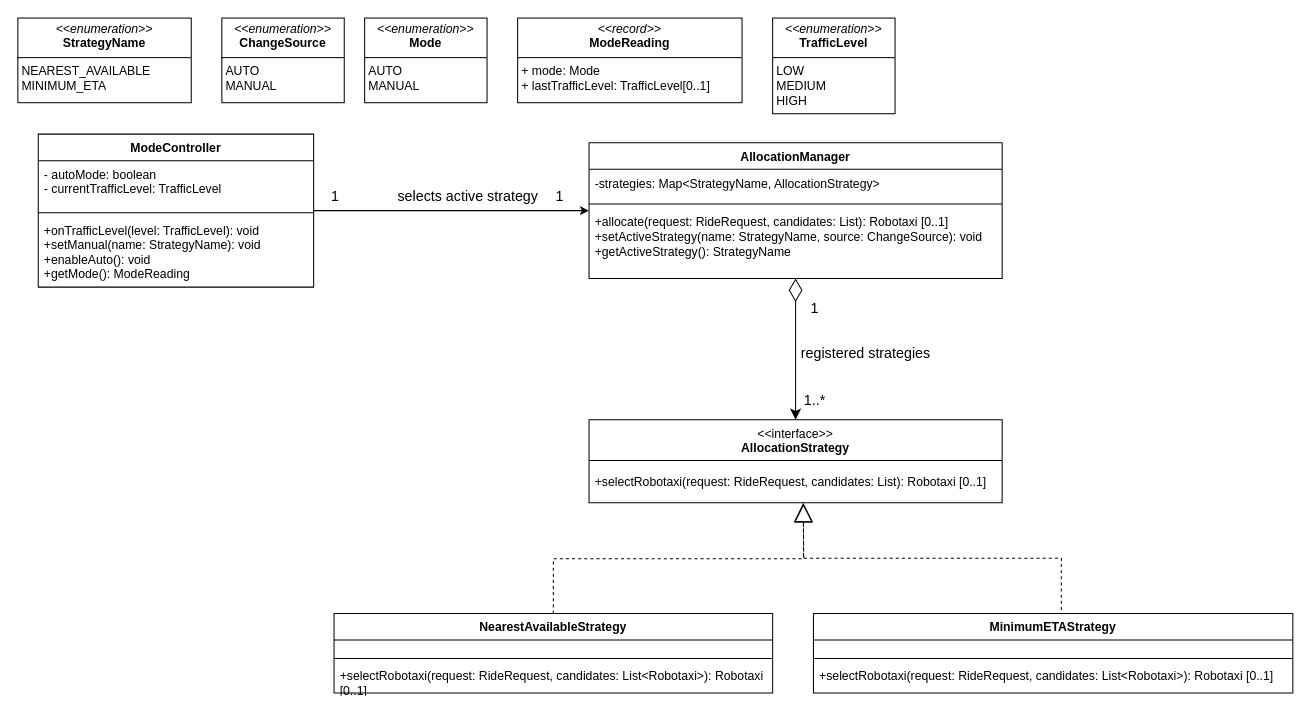
Earlier version of the draw.io diagram DD/diagrams/class_diagrams/allocation_manager.drawio (meggie-0/SE4A_ROAd_MargheritaBertipaglia_DavidCazzaniga_PasqualeIgnarra_Project). Source tidied: cells renumbered, new cells numbered last; positions are measured from the earlier drawing's top-left corner, leaving out a move shared by most shapes. Both pictures are drawn from the tidied source at 102%, with x=0, y=0 at pixel (17, 17).
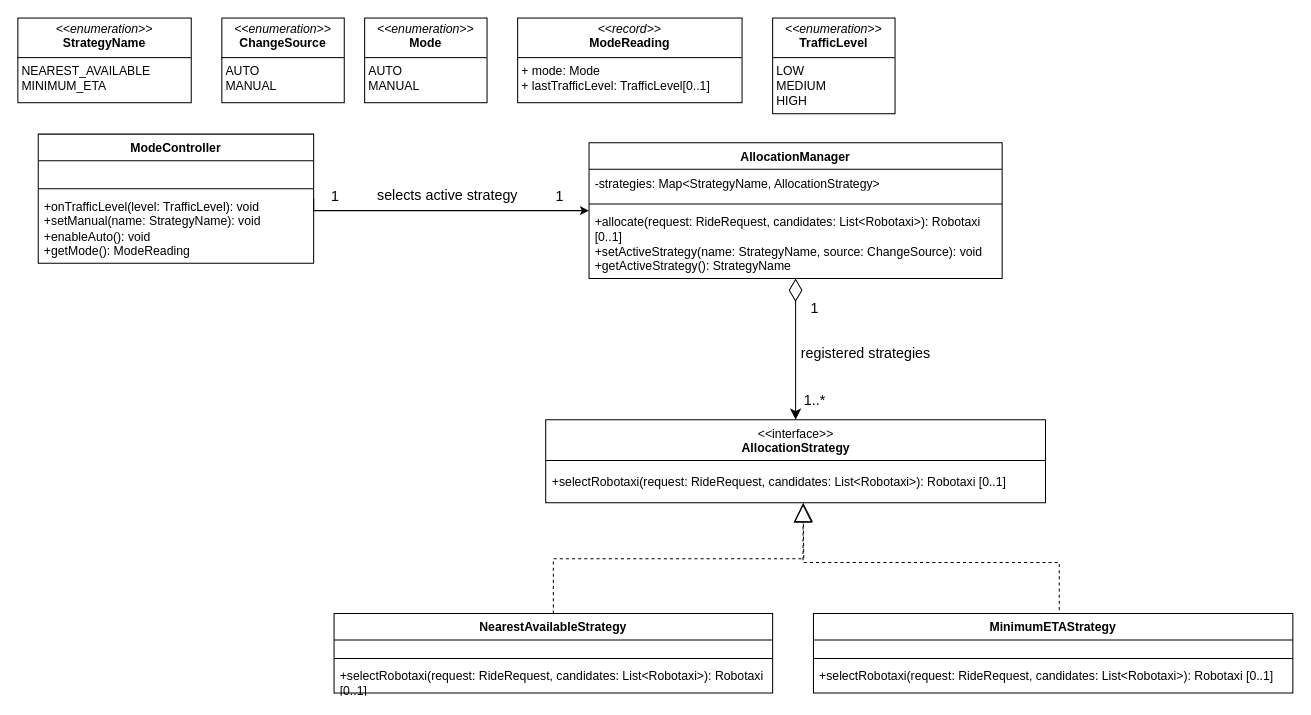
The same diagram, later.

Unchanged cells that the change refers to:
```xml
<mxCell id="3" style="edgeStyle=none;curved=1;rounded=0;jettySize=auto;html=1;fontSize=12;startSize=20;endSize=8;startArrow=diamondThin;startFill=0;exitX=0.5;exitY=1;exitDx=0;exitDy=0;" parent="1" edge="1" source="19">
  <mxGeometry relative="1" as="geometry">
    <mxPoint x="762.5" y="394" as="targetPoint" />
  </mxGeometry>
</mxCell>
<mxCell id="19" value="AllocationManager" style="swimlane;fontStyle=1;align=center;verticalAlign=top;horizontal=1;startSize=26;whiteSpace=wrap;html=1;" parent="1" vertex="1">
  <mxGeometry x="560" y="122.5" width="405" height="133" as="geometry" />
</mxCell>
<mxCell id="29" value="MinimumETAStrategy" style="swimlane;fontStyle=1;align=center;verticalAlign=top;horizontal=1;startSize=26;whiteSpace=wrap;html=1;" parent="1" vertex="1">
  <mxGeometry x="780" y="584" width="470" height="78" as="geometry" />
</mxCell>
```

Change to the diagram source:
```diff
@@
     <mxCell id="6" value="&lt;font style=&quot;font-size: 14px;&quot;&gt;selects active strategy&lt;/font&gt;" style="edgeLabel;html=1;align=center;verticalAlign=middle;fontSize=12;" parent="3" vertex="1">
       <mxGeometry y="5" relative="1" as="geometry">
-        <mxPoint x="-327" y="-150" as="offset" />
+        <mxPoint x="-347" y="-151" as="offset" />
       </mxGeometry>
     </mxCell>
@@
     <mxCell id="14" value="ModeController" style="swimlane;fontStyle=1;align=center;verticalAlign=top;horizontal=1;startSize=26;whiteSpace=wrap;html=1;" parent="1" vertex="1">
-      <mxGeometry x="20" y="114" width="270" height="150" as="geometry" />
+      <mxGeometry x="20" y="114" width="270" height="126.5" as="geometry" />
     </mxCell>
-    <mxCell id="15" value="- autoMode: boolean&amp;nbsp;&lt;div&gt;- currentTrafficLevel: TrafficLevel&lt;/div&gt;&lt;div&gt;&lt;br&gt;&lt;/div&gt;" style="text;strokeColor=none;fillColor=none;align=left;verticalAlign=top;spacingLeft=4;spacingRight=4;overflow=hidden;whiteSpace=wrap;html=1;" parent="14" vertex="1">
-      <mxGeometry y="26" width="270" height="47" as="geometry" />
+    <mxCell id="15" value="&lt;div&gt;&lt;br&gt;&lt;/div&gt;" style="text;strokeColor=none;fillColor=none;align=left;verticalAlign=top;spacingLeft=4;spacingRight=4;overflow=hidden;whiteSpace=wrap;html=1;" parent="14" vertex="1">
+      <mxGeometry y="26" width="270" height="23.5" as="geometry" />
     </mxCell>
     <mxCell id="16" style="line;strokeWidth=1;fillColor=none;align=left;verticalAlign=middle;spacingTop=-1;spacingLeft=3;spacingRight=3;labelPosition=right;strokeColor=inherit;" parent="14" vertex="1">
-      <mxGeometry y="73" width="270" height="8" as="geometry" />
+      <mxGeometry y="49.5" width="270" height="8" as="geometry" />
     </mxCell>
     <mxCell id="17" value="&lt;div&gt;+onTrafficLevel(level: TrafficLevel): void&lt;br/&gt;+setManual(name: StrategyName): void&lt;br/&gt;+enableAuto(): void&lt;br/&gt;+getMode(): ModeReading&lt;/div&gt;" style="text;strokeColor=none;fillColor=none;align=left;verticalAlign=top;spacingLeft=4;spacingRight=4;overflow=hidden;whiteSpace=wrap;html=1;" parent="14" vertex="1">
-      <mxGeometry y="81" width="270" height="69" as="geometry" />
+      <mxGeometry y="57.5" width="270" height="69" as="geometry" />
     </mxCell>
     <mxCell id="18" style="edgeStyle=orthogonalEdgeStyle;rounded=0;jettySize=auto;html=1;entryX=1;entryY=0.5;entryDx=0;entryDy=0;startArrow=classic;startFill=1;endArrow=none;endFill=0;" parent="1" edge="1" source="19" target="14">
-      <mxGeometry relative="1" as="geometry" />
+      <mxGeometry relative="1" as="geometry">
+        <Array as="points">
+          <mxPoint x="290" y="189" />
+        </Array>
+      </mxGeometry>
     </mxCell>
@@
-    <mxCell id="22" value="+allocate(request: RideRequest, candidates: List): Robotaxi [0..1]&lt;br/&gt;+setActiveStrategy(name: StrategyName, source: ChangeSource): void&lt;br/&gt;+getActiveStrategy(): StrategyName" style="text;strokeColor=none;fillColor=none;align=left;verticalAlign=top;spacingLeft=4;spacingRight=4;overflow=hidden;whiteSpace=wrap;html=1;" parent="19" vertex="1">
+    <mxCell id="22" value="+allocate(request: RideRequest, candidates: List&amp;lt;Robotaxi&amp;gt;): Robotaxi [0..1]&lt;br&gt;+setActiveStrategy(name: StrategyName, source: ChangeSource): void&lt;br&gt;+getActiveStrategy(): StrategyName" style="text;strokeColor=none;fillColor=none;align=left;verticalAlign=top;spacingLeft=4;spacingRight=4;overflow=hidden;whiteSpace=wrap;html=1;" parent="19" vertex="1">
       <mxGeometry y="64" width="405" height="69" as="geometry" />
     </mxCell>
     <mxCell id="23" value="&lt;div&gt;&amp;lt;&amp;lt;interface&amp;gt;&amp;gt;&lt;/div&gt;&lt;div&gt;&lt;b&gt;AllocationStrategy&lt;/b&gt;&lt;/div&gt;" style="swimlane;fontStyle=0;align=center;verticalAlign=top;horizontal=1;startSize=40;html=1;whiteSpace=wrap;" parent="1" vertex="1">
-      <mxGeometry x="560" y="394" width="405" height="81.5" as="geometry" />
+      <mxGeometry x="517.5" y="394" width="490" height="81.5" as="geometry" />
     </mxCell>
-    <mxCell id="24" value="+selectRobotaxi(request: RideRequest, candidates: List): Robotaxi [0..1]" style="text;html=1;strokeColor=none;fillColor=none;align=left;verticalAlign=middle;spacingLeft=4;spacingRight=4;overflow=hidden;points=[[0,0.5],[1,0.5]];portConstraint=eastwest;whiteSpace=wrap;" parent="23" vertex="1">
-      <mxGeometry y="40" width="405" height="41.5" as="geometry" />
+    <mxCell id="24" value="+selectRobotaxi(request: RideRequest, candidates: List&amp;lt;Robotaxi&amp;gt;): Robotaxi [0..1]" style="text;html=1;strokeColor=none;fillColor=none;align=left;verticalAlign=middle;spacingLeft=4;spacingRight=4;overflow=hidden;points=[[0,0.5],[1,0.5]];portConstraint=eastwest;whiteSpace=wrap;" parent="23" vertex="1">
+      <mxGeometry y="40" width="490" height="41.5" as="geometry" />
     </mxCell>
@@
-    <mxCell id="33" style="endArrow=block;endSize=16;endFill=0;html=1;rounded=0;dashed=1;entryX=0.519;entryY=1.024;entryDx=0;entryDy=0;exitX=0.517;exitY=-0.045;exitDx=0;exitDy=0;edgeStyle=orthogonalEdgeStyle;entryPerimeter=0;exitPerimeter=0;" parent="1" edge="1" source="29" target="24">
-      <mxGeometry relative="1" as="geometry" />
+    <mxCell id="33" style="endArrow=block;endSize=16;endFill=0;html=1;rounded=0;dashed=1;entryX=0.519;entryY=1.024;entryDx=0;entryDy=0;exitX=0.517;exitY=-0.045;exitDx=0;exitDy=0;edgeStyle=orthogonalEdgeStyle;entryPerimeter=0;exitPerimeter=0;" parent="1" edge="1">
+      <mxGeometry relative="1" as="geometry">
+        <mxPoint x="1021" y="580.5" as="sourcePoint" />
+        <mxPoint x="769.8" y="476.5" as="targetPoint" />
+        <Array as="points">
+          <mxPoint x="1021" y="534" />
+          <mxPoint x="769.8" y="534" />
+        </Array>
+      </mxGeometry>
     </mxCell>
```
